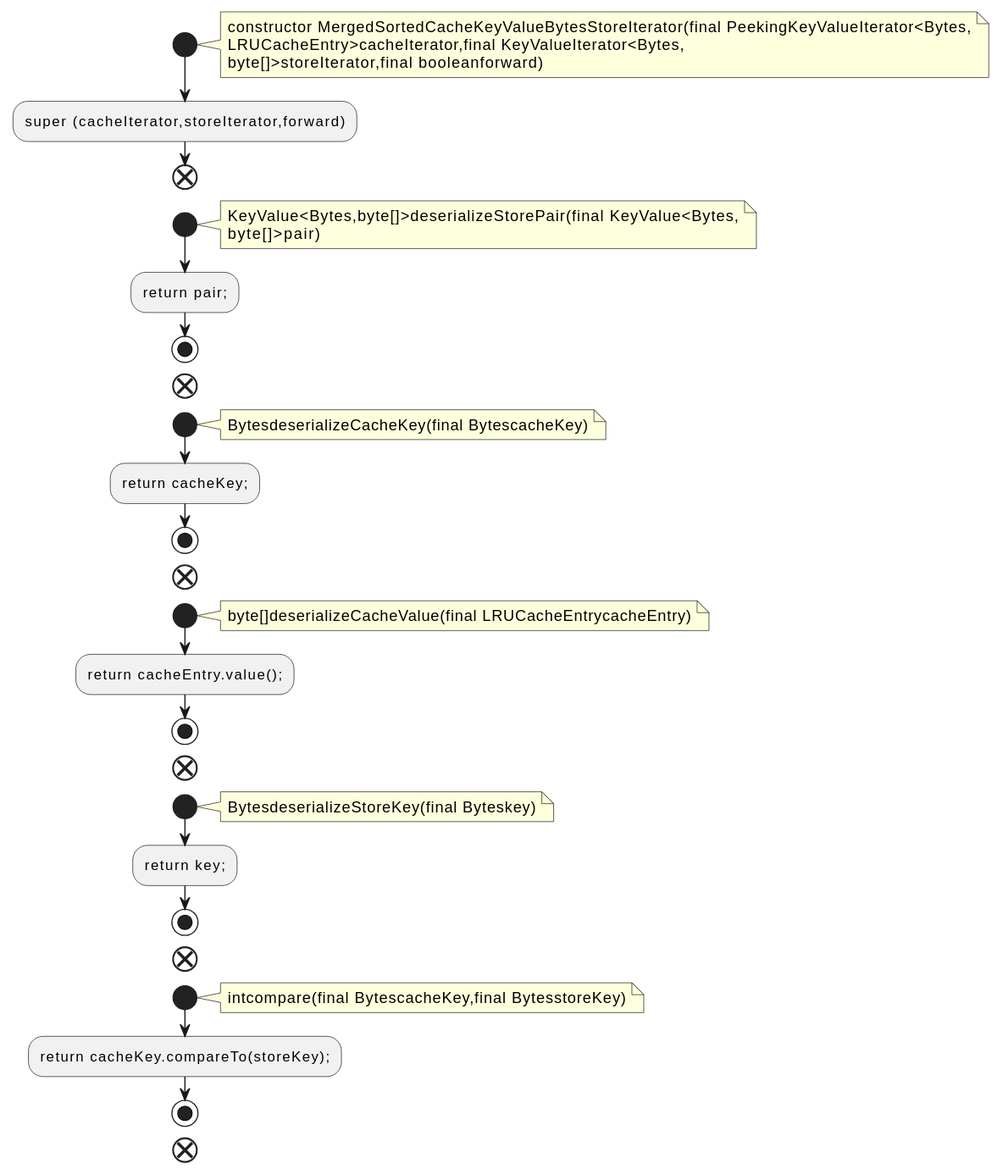
Before: docs/qc/streams/src/main/java/org/apache/kafka/streams/state/internals/MergedSortedCacheKeyValueBytesStoreIterator.java.fct.svg, a diagram exported from PlantUML (qualitesys/kafka).
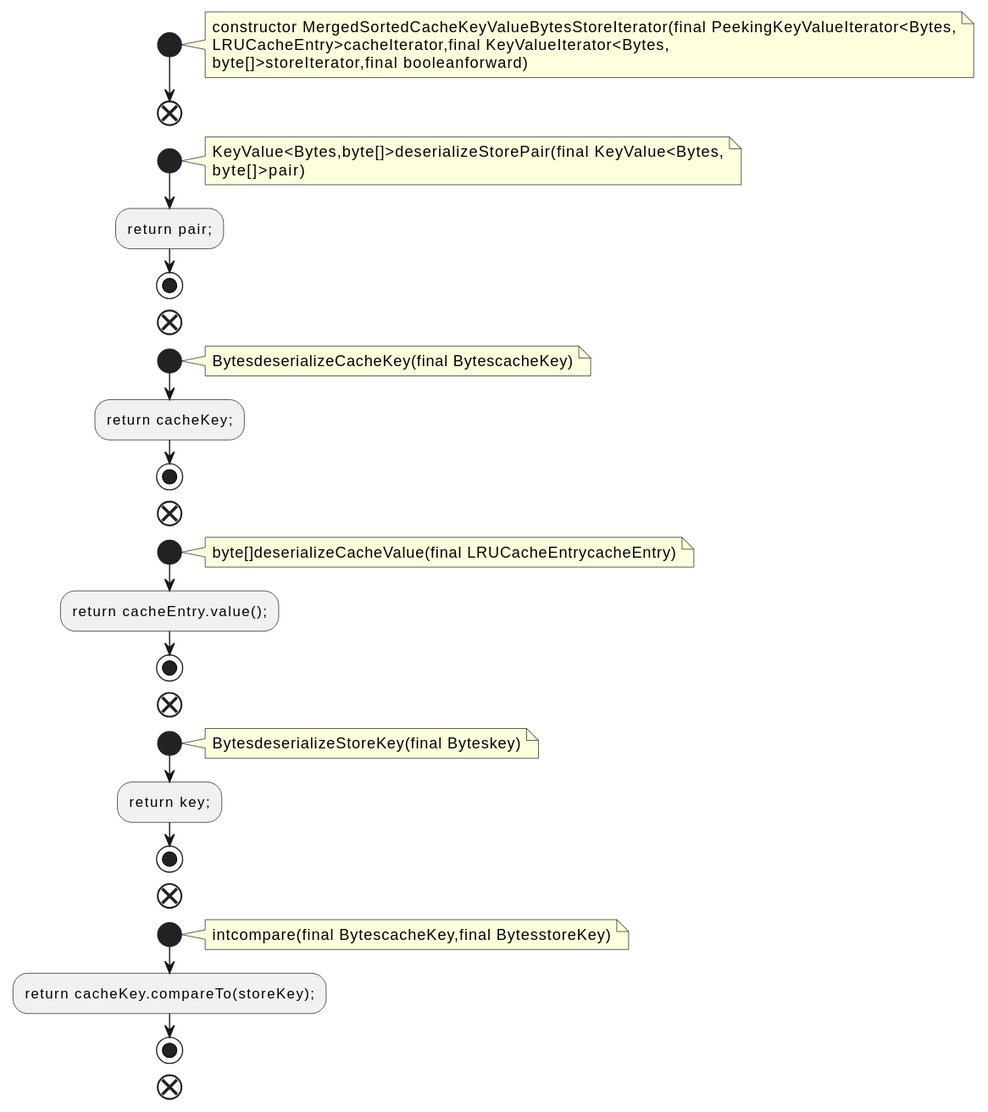
The same file after the commit.

The edit, as a diff of the source:
```diff
@@ -6,7 +6,6 @@
 LRUCacheEntry>cacheIterator,final KeyValueIterator<Bytes,
 byte[]>storeIterator,final booleanforward)
 end note
-:super (cacheIterator,storeIterator,forward);
 end
 start
 note right
```
